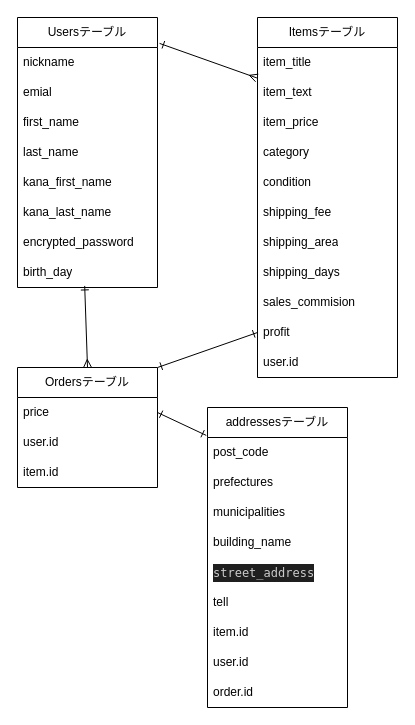
Earlier version of the draw.io diagram test.dio (yato1122/furima-39462). Source tidied: cells renumbered, new cells numbered last; positions are measured from the earlier drawing's top-left corner, leaving out a move shared by most shapes. Both pictures are drawn from the tidied source at 100%, with x=0, y=0 at pixel (17, 17).
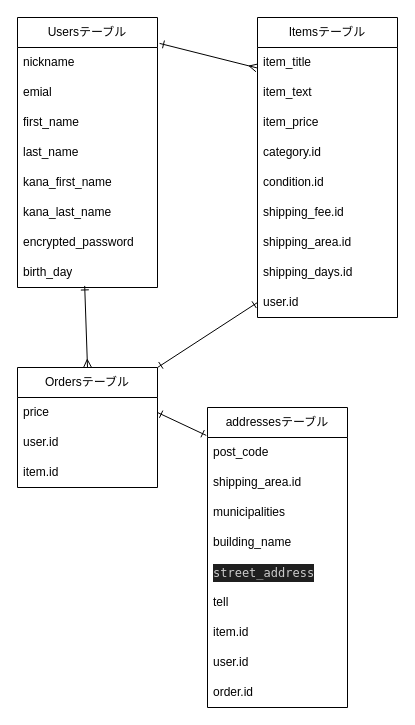
Above is the later version.

Unchanged cells that the change refers to:
```xml
<mxCell id="26" value="Ordersテーブル" style="swimlane;fontStyle=0;horizontal=1;startSize=30;whiteSpace=wrap;html=1;" parent="1" vertex="1">
  <mxGeometry y="350" width="140" height="120" as="geometry" />
</mxCell>
<mxCell id="30" value="addressesテーブル" style="swimlane;fontStyle=0;horizontal=1;startSize=30;whiteSpace=wrap;html=1;" parent="1" vertex="1">
  <mxGeometry x="190" y="390" width="140" height="300" as="geometry" />
</mxCell>
```

What changed in the source:
```diff
@@
     <mxCell id="11" value="Itemsテーブル" style="swimlane;fontStyle=0;horizontal=1;startSize=30;whiteSpace=wrap;html=1;" parent="1" vertex="1">
-      <mxGeometry x="240" width="140" height="360" as="geometry" />
+      <mxGeometry x="240" width="140" height="300" as="geometry" />
     </mxCell>
@@
-    <mxCell id="16" value="category" style="text;strokeColor=none;fillColor=none;align=left;verticalAlign=middle;spacingLeft=4;spacingRight=4;overflow=hidden;whiteSpace=wrap;html=1;" parent="11" vertex="1">
+    <mxCell id="16" value="category.id" style="text;strokeColor=none;fillColor=none;align=left;verticalAlign=middle;spacingLeft=4;spacingRight=4;overflow=hidden;whiteSpace=wrap;html=1;" parent="11" vertex="1">
       <mxGeometry y="120" width="140" height="30" as="geometry" />
     </mxCell>
-    <mxCell id="17" value="condition" style="text;strokeColor=none;fillColor=none;align=left;verticalAlign=middle;spacingLeft=4;spacingRight=4;overflow=hidden;whiteSpace=wrap;html=1;" parent="11" vertex="1">
+    <mxCell id="17" value="condition.id" style="text;strokeColor=none;fillColor=none;align=left;verticalAlign=middle;spacingLeft=4;spacingRight=4;overflow=hidden;whiteSpace=wrap;html=1;" parent="11" vertex="1">
       <mxGeometry y="150" width="140" height="30" as="geometry" />
     </mxCell>
-    <mxCell id="18" value="shipping_fee" style="text;strokeColor=none;fillColor=none;align=left;verticalAlign=middle;spacingLeft=4;spacingRight=4;overflow=hidden;whiteSpace=wrap;html=1;" parent="11" vertex="1">
+    <mxCell id="18" value="shipping_fee.id" style="text;strokeColor=none;fillColor=none;align=left;verticalAlign=middle;spacingLeft=4;spacingRight=4;overflow=hidden;whiteSpace=wrap;html=1;" parent="11" vertex="1">
       <mxGeometry y="180" width="140" height="30" as="geometry" />
     </mxCell>
-    <mxCell id="19" value="shipping_area" style="text;strokeColor=none;fillColor=none;align=left;verticalAlign=middle;spacingLeft=4;spacingRight=4;overflow=hidden;whiteSpace=wrap;html=1;" parent="11" vertex="1">
+    <mxCell id="19" value="shipping_area.id" style="text;strokeColor=none;fillColor=none;align=left;verticalAlign=middle;spacingLeft=4;spacingRight=4;overflow=hidden;whiteSpace=wrap;html=1;" parent="11" vertex="1">
       <mxGeometry y="210" width="140" height="30" as="geometry" />
     </mxCell>
-    <mxCell id="20" value="shipping_days" style="text;strokeColor=none;fillColor=none;align=left;verticalAlign=middle;spacingLeft=4;spacingRight=4;overflow=hidden;whiteSpace=wrap;html=1;" parent="11" vertex="1">
+    <mxCell id="20" value="shipping_days.id" style="text;strokeColor=none;fillColor=none;align=left;verticalAlign=middle;spacingLeft=4;spacingRight=4;overflow=hidden;whiteSpace=wrap;html=1;" parent="11" vertex="1">
       <mxGeometry y="240" width="140" height="30" as="geometry" />
     </mxCell>
-    <mxCell id="21" value="sales_commision" style="text;strokeColor=none;fillColor=none;align=left;verticalAlign=middle;spacingLeft=4;spacingRight=4;overflow=hidden;whiteSpace=wrap;html=1;" parent="11" vertex="1">
-      <mxGeometry y="270" width="140" height="30" as="geometry" />
-    </mxCell>
-    <mxCell id="22" value="profit" style="text;strokeColor=none;fillColor=none;align=left;verticalAlign=middle;spacingLeft=4;spacingRight=4;overflow=hidden;points=[[0,0.5],[1,0.5]];portConstraint=eastwest;whiteSpace=wrap;html=1;" parent="11" vertex="1">
-      <mxGeometry y="300" width="140" height="30" as="geometry" />
-    </mxCell>
     <mxCell id="23" value="user.id" style="text;strokeColor=none;fillColor=none;align=left;verticalAlign=middle;spacingLeft=4;spacingRight=4;overflow=hidden;whiteSpace=wrap;html=1;" parent="11" vertex="1">
-      <mxGeometry y="330" width="140" height="30" as="geometry" />
+      <mxGeometry y="270" width="140" height="30" as="geometry" />
     </mxCell>
-    <mxCell id="24" style="edgeStyle=none;rounded=0;html=1;exitX=1;exitY=0;exitDx=0;exitDy=0;startArrow=ERone;startFill=0;endArrow=ERone;endFill=0;entryX=0;entryY=0.5;entryDx=0;entryDy=0;" parent="1" edge="1" source="26" target="22">
-      <mxGeometry relative="1" as="geometry" />
+    <mxCell id="24" style="edgeStyle=none;rounded=0;html=1;exitX=1;exitY=0;exitDx=0;exitDy=0;startArrow=ERone;startFill=0;endArrow=ERone;endFill=0;entryX=0;entryY=0.5;entryDx=0;entryDy=0;" parent="1" edge="1" source="26">
+      <mxGeometry relative="1" as="geometry">
+        <mxPoint x="240" y="285" as="targetPoint" />
+      </mxGeometry>
     </mxCell>
@@
-    <mxCell id="32" value="prefectures" style="text;strokeColor=none;fillColor=none;align=left;verticalAlign=middle;spacingLeft=4;spacingRight=4;overflow=hidden;whiteSpace=wrap;html=1;" parent="30" vertex="1">
+    <mxCell id="32" value="shipping_area.id" style="text;strokeColor=none;fillColor=none;align=left;verticalAlign=middle;spacingLeft=4;spacingRight=4;overflow=hidden;whiteSpace=wrap;html=1;" parent="30" vertex="1">
       <mxGeometry y="60" width="140" height="30" as="geometry" />
     </mxCell>
```
